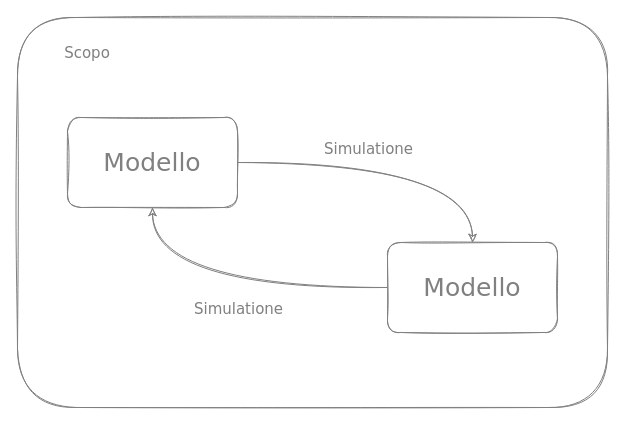
hassanhabib/The-Standard-Italian keeps this draw.io diagram as page "0.0.4" (2 of 6) of 0. Introduzione/Risorse/Scopo, Modellazione & Simulazione/Scopo, Modellazione & Simulazione.drawio. Above is the earlier version. Source tidied: cells renumbered, new cells numbered last; positions are measured from the earlier drawing's top-left corner, leaving out a move shared by most shapes. Both pictures are drawn from the tidied source at 100%, with x=0, y=0 at pixel (17, 17).
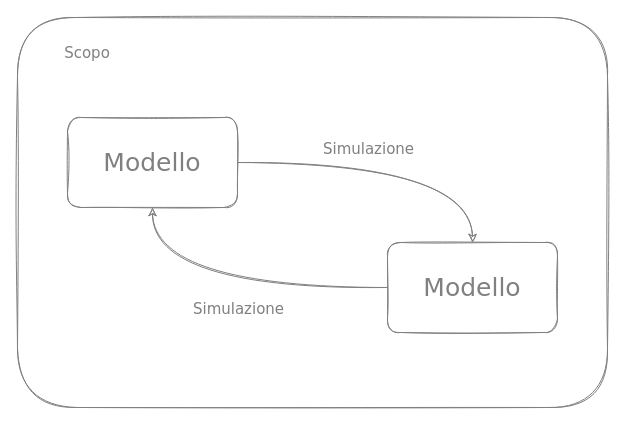
Above is the later version.

The edit, as a diff of the source:
```diff
@@
 <mxGraphModel>
   <root>
     <mxCell id="0" />
     <mxCell id="1" parent="0" />
     <mxCell id="2" style="rounded=1;whiteSpace=wrap;html=1;sketch=1;fontFamily=Verdana;fontSize=15;fontColor=#808080;strokeColor=#808080;fillColor=none;" parent="1" vertex="1">
       <mxGeometry width="590" height="390" as="geometry" />
     </mxCell>
     <mxCell id="3" style="edgeStyle=orthogonalEdgeStyle;rounded=1;jettySize=auto;html=1;entryX=0.5;entryY=1;entryDx=0;entryDy=0;fontFamily=Verdana;fontSize=25;fontColor=#808080;strokeColor=#808080;curved=1;sketch=1;" parent="1" edge="1" source="5" target="8">
       <mxGeometry relative="1" as="geometry" />
     </mxCell>
-    <mxCell id="4" value="Simulatione" style="edgeLabel;html=1;align=center;verticalAlign=middle;fontSize=15;fontFamily=Verdana;fontColor=#808080;labelBackgroundColor=none;" parent="3" vertex="1">
+    <mxCell id="4" value="Simulazione" style="edgeLabel;html=1;align=center;verticalAlign=middle;fontSize=15;fontFamily=Verdana;fontColor=#808080;labelBackgroundColor=none;" parent="3" vertex="1">
       <mxGeometry x="-0.19" y="-7" relative="1" as="geometry">
         <mxPoint x="-22" y="27" as="offset" />
       </mxGeometry>
     </mxCell>
     <mxCell id="5" value="Modello" style="rounded=1;whiteSpace=wrap;html=1;fontFamily=Verdana;fontSize=25;fontColor=#808080;strokeColor=#808080;fillColor=none;sketch=1;" parent="1" vertex="1">
       <mxGeometry x="370" y="225" width="170" height="90" as="geometry" />
     </mxCell>
     <mxCell id="6" style="edgeStyle=orthogonalEdgeStyle;rounded=1;jettySize=auto;html=1;fontFamily=Verdana;fontSize=25;fontColor=#808080;strokeColor=#808080;curved=1;sketch=1;" parent="1" edge="1" source="8" target="5">
       <mxGeometry relative="1" as="geometry" />
     </mxCell>
-    <mxCell id="7" value="Simulatione" style="edgeLabel;html=1;align=center;verticalAlign=middle;fontSize=15;fontFamily=Verdana;fontColor=#808080;labelBackgroundColor=none;" parent="6" vertex="1">
+    <mxCell id="7" value="Simulazione" style="edgeLabel;html=1;align=center;verticalAlign=middle;fontSize=15;fontFamily=Verdana;fontColor=#808080;labelBackgroundColor=none;" parent="6" vertex="1">
       <mxGeometry x="-0.19" y="-7" relative="1" as="geometry">
         <mxPoint x="2" y="-22" as="offset" />
       </mxGeometry>
     </mxCell>
     <mxCell id="8" value="Modello" style="rounded=1;whiteSpace=wrap;html=1;fontFamily=Verdana;fontSize=25;fontColor=#808080;strokeColor=#808080;fillColor=none;sketch=1;" parent="1" vertex="1">
       <mxGeometry x="50" y="100" width="170" height="90" as="geometry" />
     </mxCell>
     <mxCell id="9" value="Scopo" style="text;html=1;strokeColor=none;fillColor=none;align=center;verticalAlign=middle;whiteSpace=wrap;rounded=0;sketch=1;fontFamily=Verdana;fontSize=15;fontColor=#808080;" parent="1" vertex="1">
       <mxGeometry x="40" y="20" width="60" height="30" as="geometry" />
     </mxCell>
   </root>
 </mxGraphModel>
```
